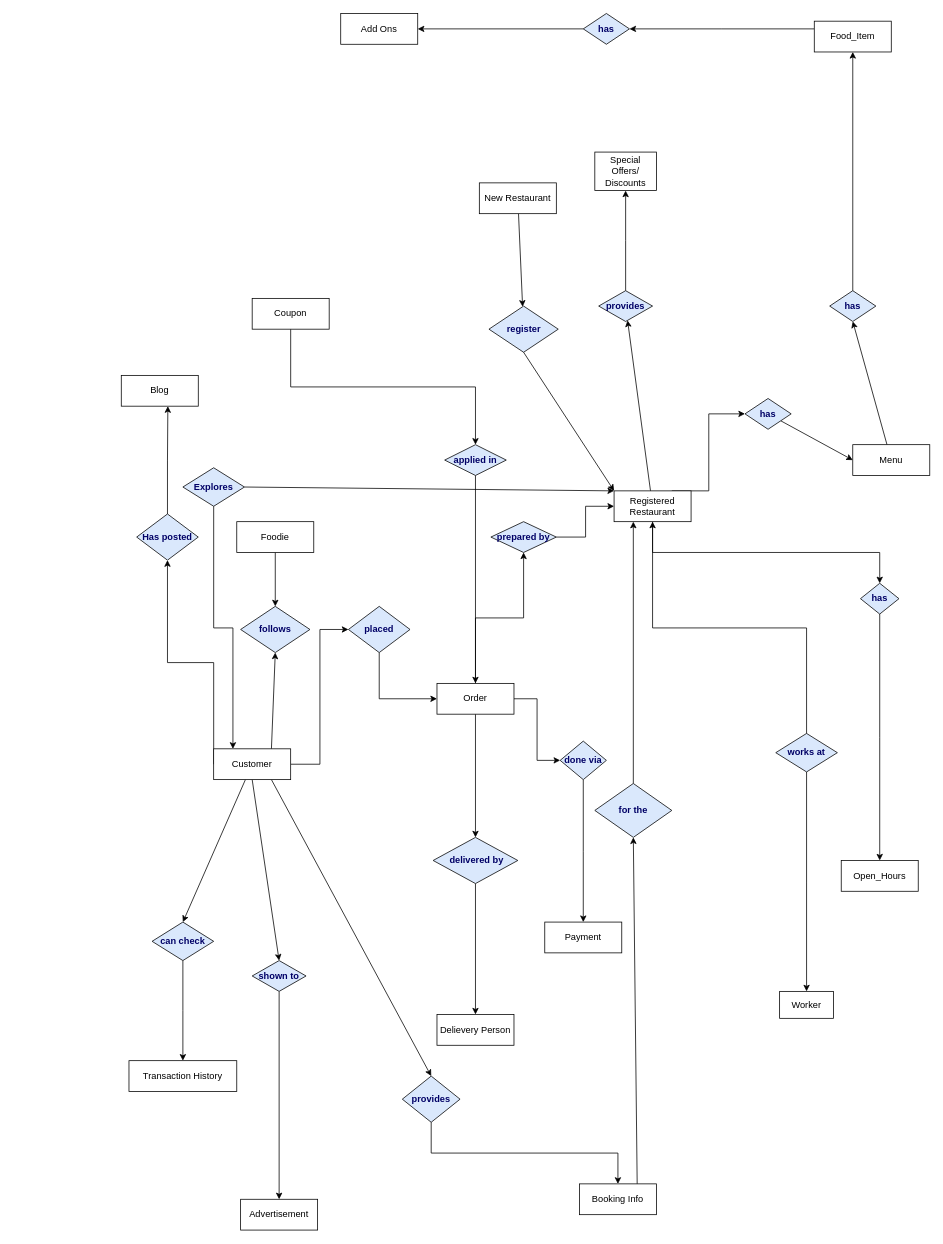
Earlier version of the draw.io diagram Assignment1A.drawio (ritu456286/DBMS). Source tidied: cells renumbered, new cells numbered last; positions are measured from the earlier drawing's top-left corner, leaving out a move shared by most shapes. Both pictures are drawn from the tidied source at 77%, with x=0, y=0 at pixel (121, 13).
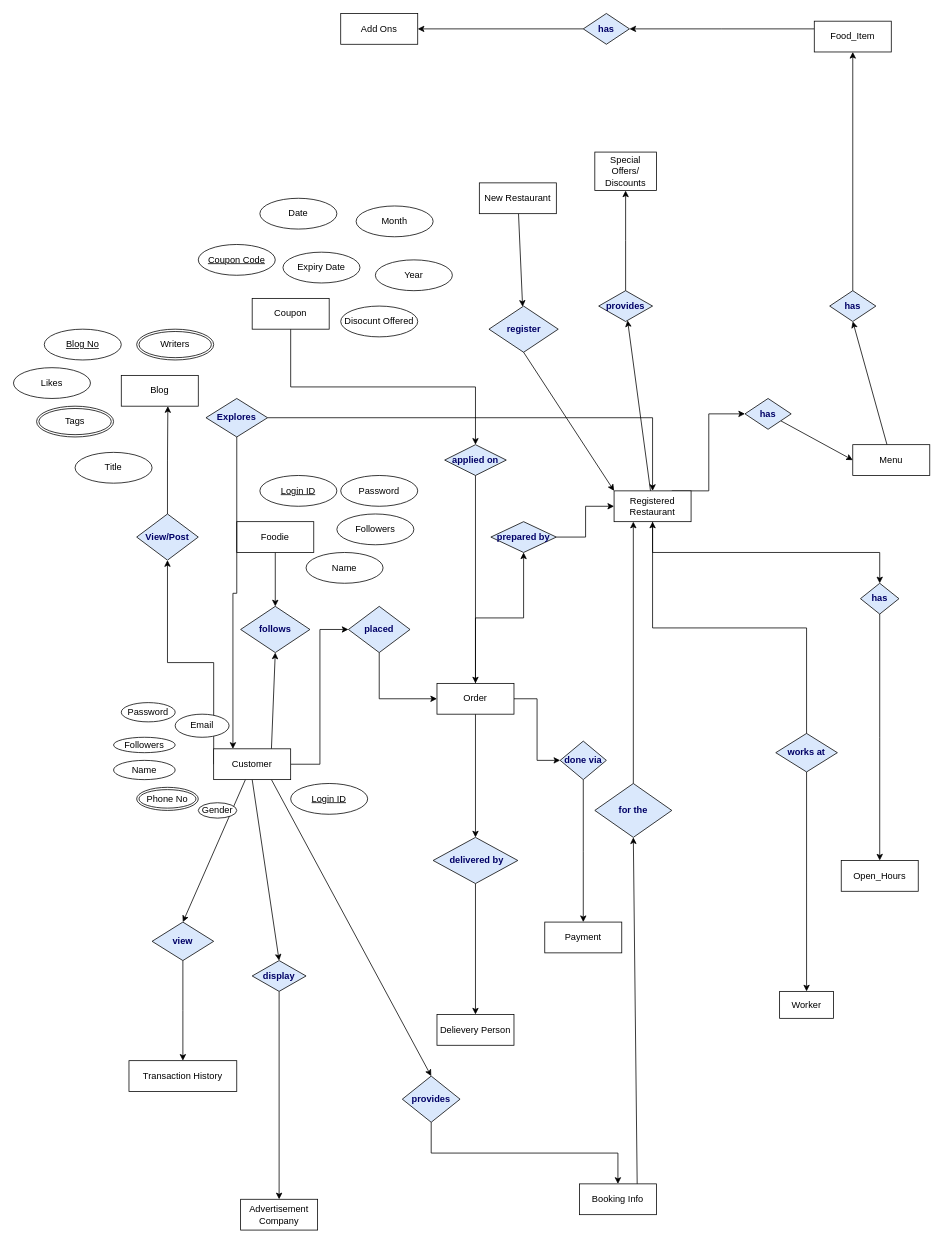
After the change.

Unchanged cells that the change refers to:
```xml
<mxCell id="21" value="Registered Restaurant" style="whiteSpace=wrap;html=1;align=center;" parent="1" vertex="1">
  <mxGeometry x="640" y="620" width="100" height="40" as="geometry" />
</mxCell>
```

What changed in the source:
```diff
@@
-    <mxCell id="34" value="Has posted" style="shape=rhombus;perimeter=rhombusPerimeter;whiteSpace=wrap;html=1;align=center;fillColor=#dae8fc;strokeColor=default;fontStyle=1;fontColor=#000066;labelBorderColor=none;fillStyle=solid;rounded=0;shadow=0;strokeWidth=1;" parent="1" vertex="1">
+    <mxCell id="34" value="View/Post" style="shape=rhombus;perimeter=rhombusPerimeter;whiteSpace=wrap;html=1;align=center;fillColor=#dae8fc;strokeColor=default;fontStyle=1;fontColor=#000066;labelBorderColor=none;fillStyle=solid;rounded=0;shadow=0;strokeWidth=1;" parent="1" vertex="1">
       <mxGeometry x="20" y="650" width="80" height="60" as="geometry" />
     </mxCell>
@@
-    <mxCell id="47" value="can check" style="shape=rhombus;perimeter=rhombusPerimeter;whiteSpace=wrap;html=1;align=center;fillColor=#dae8fc;strokeColor=default;fontStyle=1;fontColor=#000066;labelBorderColor=none;fillStyle=solid;rounded=0;shadow=0;strokeWidth=1;" parent="1" vertex="1">
+    <mxCell id="47" value="view" style="shape=rhombus;perimeter=rhombusPerimeter;whiteSpace=wrap;html=1;align=center;fillColor=#dae8fc;strokeColor=default;fontStyle=1;fontColor=#000066;labelBorderColor=none;fillStyle=solid;rounded=0;shadow=0;strokeWidth=1;" parent="1" vertex="1">
       <mxGeometry x="40" y="1180" width="80" height="50" as="geometry" />
     </mxCell>
@@
-    <mxCell id="54" value="applied in" style="shape=rhombus;perimeter=rhombusPerimeter;whiteSpace=wrap;html=1;align=center;fillColor=#dae8fc;strokeColor=default;fontStyle=1;fontColor=#000066;labelBorderColor=none;fillStyle=solid;rounded=0;shadow=0;strokeWidth=1;" parent="1" vertex="1">
+    <mxCell id="54" value="applied on" style="shape=rhombus;perimeter=rhombusPerimeter;whiteSpace=wrap;html=1;align=center;fillColor=#dae8fc;strokeColor=default;fontStyle=1;fontColor=#000066;labelBorderColor=none;fillStyle=solid;rounded=0;shadow=0;strokeWidth=1;" parent="1" vertex="1">
       <mxGeometry x="420" y="560" width="80" height="40" as="geometry" />
     </mxCell>
@@
-    <mxCell id="68" style="rounded=0;jettySize=auto;html=1;entryX=0;entryY=0;entryDx=0;entryDy=0;exitX=1;exitY=0.5;exitDx=0;exitDy=0;" parent="1" edge="1" source="69" target="21">
+    <mxCell id="68" style="edgeStyle=orthogonalEdgeStyle;rounded=0;jettySize=auto;html=1;exitX=1;exitY=0.5;exitDx=0;exitDy=0;entryX=0.5;entryY=0;entryDx=0;entryDy=0;" parent="1" edge="1" source="69" target="21">
       <mxGeometry relative="1" as="geometry" />
     </mxCell>
     <mxCell id="69" value="Explores" style="shape=rhombus;perimeter=rhombusPerimeter;whiteSpace=wrap;html=1;align=center;fillColor=#dae8fc;strokeColor=default;fontStyle=1;fontColor=#000066;labelBorderColor=none;fillStyle=solid;rounded=0;shadow=0;strokeWidth=1;" parent="1" vertex="1">
-      <mxGeometry x="80" y="590" width="80" height="50" as="geometry" />
+      <mxGeometry x="110" y="500" width="80" height="50" as="geometry" />
     </mxCell>
@@
-    <mxCell id="74" value="Advertisement" style="whiteSpace=wrap;html=1;align=center;" parent="1" vertex="1">
+    <mxCell id="74" value="Advertisement Company" style="whiteSpace=wrap;html=1;align=center;" parent="1" vertex="1">
       <mxGeometry x="155" y="1540" width="100" height="40" as="geometry" />
     </mxCell>
@@
-    <mxCell id="76" value="shown to" style="shape=rhombus;perimeter=rhombusPerimeter;whiteSpace=wrap;html=1;align=center;fillColor=#dae8fc;strokeColor=default;fontStyle=1;fontColor=#000066;labelBorderColor=none;fillStyle=solid;rounded=0;shadow=0;strokeWidth=1;" parent="1" vertex="1">
+    <mxCell id="76" value="display" style="shape=rhombus;perimeter=rhombusPerimeter;whiteSpace=wrap;html=1;align=center;fillColor=#dae8fc;strokeColor=default;fontStyle=1;fontColor=#000066;labelBorderColor=none;fillStyle=solid;rounded=0;shadow=0;strokeWidth=1;" parent="1" vertex="1">
       <mxGeometry x="170" y="1230" width="70" height="40" as="geometry" />
     </mxCell>
@@
+    <mxCell id="78" value="Blog No" style="ellipse;whiteSpace=wrap;html=1;align=center;fontStyle=4;" parent="1" vertex="1">
+      <mxGeometry x="-100" y="410" width="100" height="40" as="geometry" />
+    </mxCell>
+    <mxCell id="79" value="Writers" style="ellipse;shape=doubleEllipse;margin=3;whiteSpace=wrap;html=1;align=center;" parent="1" vertex="1">
+      <mxGeometry x="20" y="410" width="100" height="40" as="geometry" />
+    </mxCell>
+    <mxCell id="80" value="Likes" style="ellipse;whiteSpace=wrap;html=1;align=center;" parent="1" vertex="1">
+      <mxGeometry x="-140" y="460" width="100" height="40" as="geometry" />
+    </mxCell>
+    <mxCell id="81" value="Tags" style="ellipse;shape=doubleEllipse;margin=3;whiteSpace=wrap;html=1;align=center;" parent="1" vertex="1">
+      <mxGeometry x="-110" y="510" width="100" height="40" as="geometry" />
+    </mxCell>
+    <mxCell id="82" value="Title" style="ellipse;whiteSpace=wrap;html=1;align=center;" parent="1" vertex="1">
+      <mxGeometry x="-60" y="570" width="100" height="40" as="geometry" />
+    </mxCell>
+    <mxCell id="83" value="Coupon Code" style="ellipse;whiteSpace=wrap;html=1;align=center;fontStyle=4;" parent="1" vertex="1">
+      <mxGeometry x="100" y="300" width="100" height="40" as="geometry" />
+    </mxCell>
+    <mxCell id="84" value="Expiry Date" style="ellipse;whiteSpace=wrap;html=1;align=center;" parent="1" vertex="1">
+      <mxGeometry x="210" y="310" width="100" height="40" as="geometry" />
+    </mxCell>
+    <mxCell id="85" value="Year" style="ellipse;whiteSpace=wrap;html=1;align=center;" parent="1" vertex="1">
+      <mxGeometry x="330" y="320" width="100" height="40" as="geometry" />
+    </mxCell>
+    <mxCell id="86" value="Month" style="ellipse;whiteSpace=wrap;html=1;align=center;" parent="1" vertex="1">
+      <mxGeometry x="305" y="250" width="100" height="40" as="geometry" />
+    </mxCell>
+    <mxCell id="87" value="Date" style="ellipse;whiteSpace=wrap;html=1;align=center;" parent="1" vertex="1">
+      <mxGeometry x="180" y="240" width="100" height="40" as="geometry" />
+    </mxCell>
+    <mxCell id="88" value="Disocunt Offered" style="ellipse;whiteSpace=wrap;html=1;align=center;" parent="1" vertex="1">
+      <mxGeometry x="285" y="380" width="100" height="40" as="geometry" />
+    </mxCell>
+    <mxCell id="89" value="Login ID" style="ellipse;whiteSpace=wrap;html=1;align=center;fontStyle=4;" parent="1" vertex="1">
+      <mxGeometry x="180" y="600" width="100" height="40" as="geometry" />
+    </mxCell>
+    <mxCell id="90" value="Password" style="ellipse;whiteSpace=wrap;html=1;align=center;" parent="1" vertex="1">
+      <mxGeometry x="285" y="600" width="100" height="40" as="geometry" />
+    </mxCell>
+    <mxCell id="91" value="Followers" style="ellipse;whiteSpace=wrap;html=1;align=center;" parent="1" vertex="1">
+      <mxGeometry x="280" y="650" width="100" height="40" as="geometry" />
+    </mxCell>
+    <mxCell id="92" value="Name" style="ellipse;whiteSpace=wrap;html=1;align=center;" parent="1" vertex="1">
+      <mxGeometry x="240" y="700" width="100" height="40" as="geometry" />
+    </mxCell>
+    <mxCell id="93" value="Login ID" style="ellipse;whiteSpace=wrap;html=1;align=center;fontStyle=4;" parent="1" vertex="1">
+      <mxGeometry x="220" y="1000" width="100" height="40" as="geometry" />
+    </mxCell>
+    <mxCell id="94" value="Password" style="ellipse;whiteSpace=wrap;html=1;align=center;" parent="1" vertex="1">
+      <mxGeometry y="895" width="70" height="25" as="geometry" />
+    </mxCell>
+    <mxCell id="95" value="Followers" style="ellipse;whiteSpace=wrap;html=1;align=center;" parent="1" vertex="1">
+      <mxGeometry x="-10" y="940" width="80" height="20" as="geometry" />
+    </mxCell>
+    <mxCell id="96" value="Name" style="ellipse;whiteSpace=wrap;html=1;align=center;" parent="1" vertex="1">
+      <mxGeometry x="-10" y="970" width="80" height="25" as="geometry" />
+    </mxCell>
+    <mxCell id="97" value="Phone No" style="ellipse;shape=doubleEllipse;margin=3;whiteSpace=wrap;html=1;align=center;" parent="1" vertex="1">
+      <mxGeometry x="20" y="1005" width="80" height="30" as="geometry" />
+    </mxCell>
+    <mxCell id="98" value="Email" style="ellipse;whiteSpace=wrap;html=1;align=center;" parent="1" vertex="1">
+      <mxGeometry x="70" y="910" width="70" height="30" as="geometry" />
+    </mxCell>
+    <mxCell id="99" value="Gender" style="ellipse;whiteSpace=wrap;html=1;align=center;" parent="1" vertex="1">
+      <mxGeometry x="100" y="1025" width="50" height="20" as="geometry" />
+    </mxCell>
```
